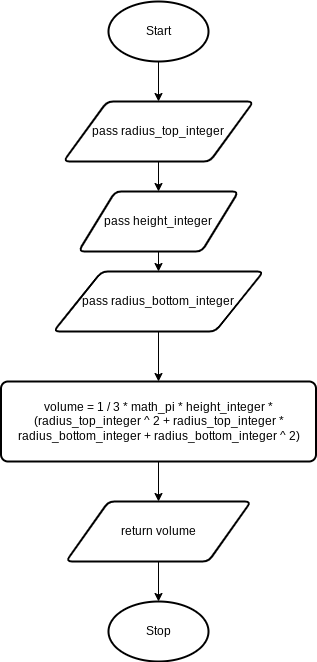
Earlier version of the draw.io export design.flowchart.volume.png (Yiyun-Qin/ICS3U-Assignment6-Python). Source tidied: cells renumbered, new cells last; positions are measured from the earlier drawing's top-left corner, leaving out a move shared by most shapes.
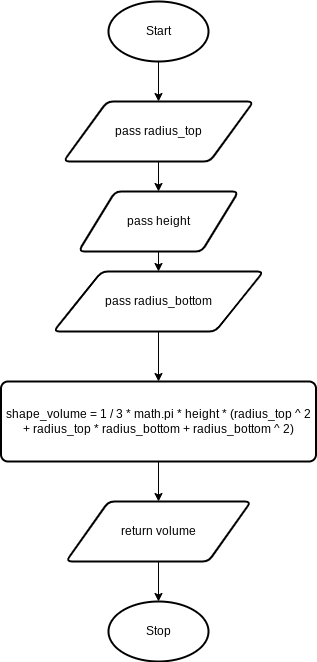
After the change.

The edit, as a diff of the source:
```diff
@@ -14,7 +14,7 @@
     <mxCell id="5" style="edgeStyle=none;html=1;exitX=0.5;exitY=1;exitDx=0;exitDy=0;entryX=0.5;entryY=0;entryDx=0;entryDy=0;" parent="1" edge="1" source="6" target="8">
       <mxGeometry relative="1" as="geometry" />
     </mxCell>
-    <mxCell id="6" value="volume = 1 / 3 * math_pi * height_integer * (radius_top_integer ^ 2 + radius_top_integer * radius_bottom_integer + radius_bottom_integer ^ 2)" style="rounded=1;whiteSpace=wrap;html=1;absoluteArcSize=1;arcSize=14;strokeWidth=2;" parent="1" vertex="1">
+    <mxCell id="6" value="shape_volume = 1 / 3 * math.pi * height * (radius_top ^ 2 + radius_top * radius_bottom + radius_bottom ^ 2)" style="rounded=1;whiteSpace=wrap;html=1;absoluteArcSize=1;arcSize=14;strokeWidth=2;" parent="1" vertex="1">
       <mxGeometry x="0.5" y="380" width="315" height="80" as="geometry" />
     </mxCell>
     <mxCell id="7" style="edgeStyle=none;html=1;exitX=0.5;exitY=1;exitDx=0;exitDy=0;entryX=0.5;entryY=0;entryDx=0;entryDy=0;entryPerimeter=0;" parent="1" edge="1" source="8" target="4">
@@ -26,19 +26,19 @@
     <mxCell id="9" style="edgeStyle=none;html=1;exitX=0.5;exitY=1;exitDx=0;exitDy=0;entryX=0.5;entryY=0;entryDx=0;entryDy=0;" parent="1" edge="1" source="10" target="12">
       <mxGeometry relative="1" as="geometry" />
     </mxCell>
-    <mxCell id="10" value="pass radius_top_integer" style="shape=parallelogram;html=1;strokeWidth=2;perimeter=parallelogramPerimeter;whiteSpace=wrap;rounded=1;arcSize=12;size=0.23;" parent="1" vertex="1">
+    <mxCell id="10" value="pass radius_top" style="shape=parallelogram;html=1;strokeWidth=2;perimeter=parallelogramPerimeter;whiteSpace=wrap;rounded=1;arcSize=12;size=0.23;" parent="1" vertex="1">
       <mxGeometry x="63" y="100" width="190" height="60" as="geometry" />
     </mxCell>
     <mxCell id="11" style="edgeStyle=none;html=1;exitX=0.5;exitY=1;exitDx=0;exitDy=0;entryX=0.5;entryY=0;entryDx=0;entryDy=0;" parent="1" edge="1" source="12" target="14">
       <mxGeometry relative="1" as="geometry" />
     </mxCell>
-    <mxCell id="12" value="pass height_integer" style="shape=parallelogram;html=1;strokeWidth=2;perimeter=parallelogramPerimeter;whiteSpace=wrap;rounded=1;arcSize=12;size=0.23;" parent="1" vertex="1">
+    <mxCell id="12" value="pass height" style="shape=parallelogram;html=1;strokeWidth=2;perimeter=parallelogramPerimeter;whiteSpace=wrap;rounded=1;arcSize=12;size=0.23;" parent="1" vertex="1">
       <mxGeometry x="78" y="190" width="160" height="60" as="geometry" />
     </mxCell>
     <mxCell id="13" style="edgeStyle=none;html=1;exitX=0.5;exitY=1;exitDx=0;exitDy=0;entryX=0.5;entryY=0;entryDx=0;entryDy=0;" parent="1" edge="1" source="14" target="6">
       <mxGeometry relative="1" as="geometry" />
     </mxCell>
-    <mxCell id="14" value="pass radius_bottom_integer" style="shape=parallelogram;html=1;strokeWidth=2;perimeter=parallelogramPerimeter;whiteSpace=wrap;rounded=1;arcSize=12;size=0.23;" parent="1" vertex="1">
+    <mxCell id="14" value="pass radius_bottom" style="shape=parallelogram;html=1;strokeWidth=2;perimeter=parallelogramPerimeter;whiteSpace=wrap;rounded=1;arcSize=12;size=0.23;" parent="1" vertex="1">
       <mxGeometry x="53" y="270" width="210" height="60" as="geometry" />
     </mxCell>
   </root>
```
